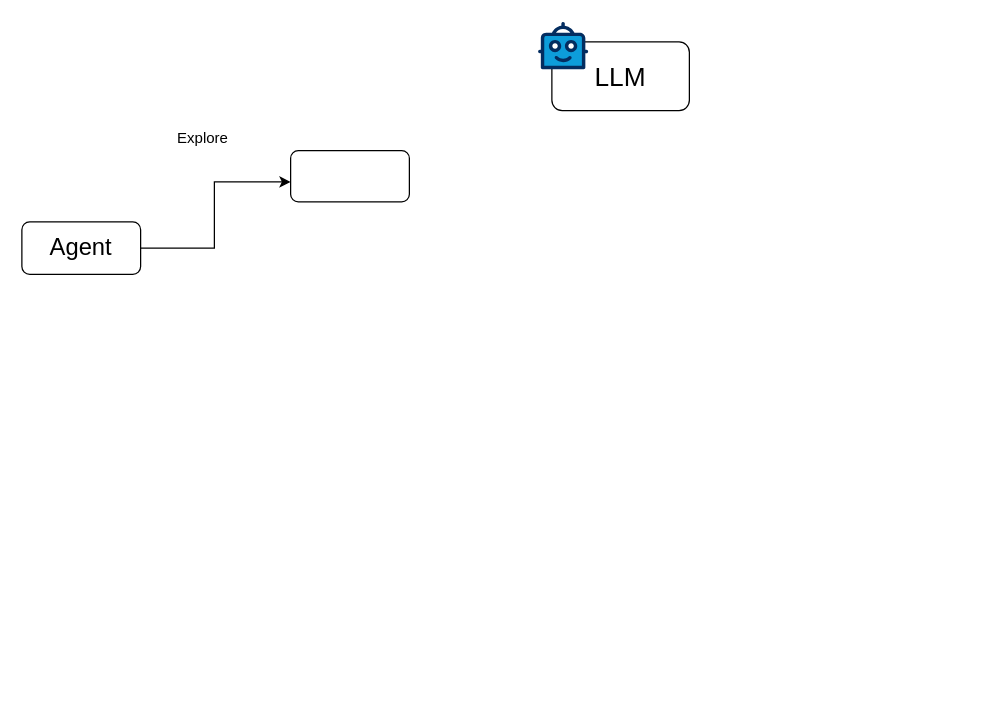
Earlier version of the draw.io diagram EE.drawio (ZYNsama666/BackUp). Source tidied: cells renumbered, new cells numbered last; positions are measured from the earlier drawing's top-left corner, leaving out a move shared by most shapes. Both pictures are drawn from the tidied source at 125%, with x=0, y=0 at pixel (21, 21).
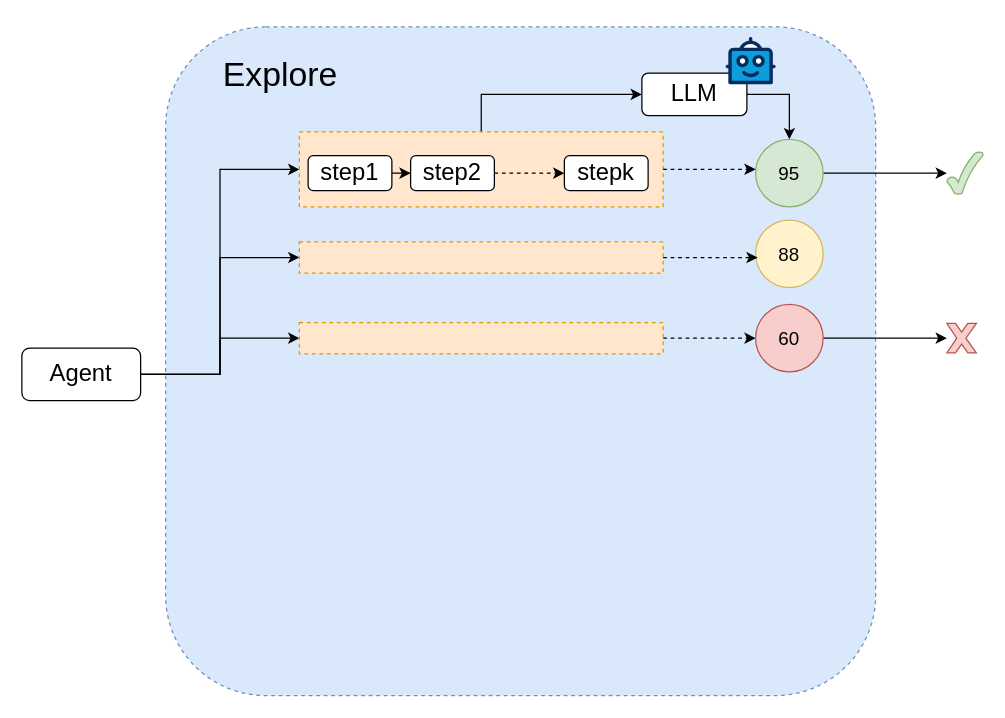
Above is the later version.

What changed in the source:
```diff
@@
+    <mxCell id="8" style="rounded=1;whiteSpace=wrap;html=1;fillColor=#dae8fc;strokeColor=#6c8ebf;dashed=1;" parent="1" vertex="1">
+      <mxGeometry x="115" y="4" width="568" height="535" as="geometry" />
+    </mxCell>
+    <mxCell id="9" style="edgeStyle=orthogonalEdgeStyle;rounded=0;jettySize=auto;html=1;entryX=0;entryY=0.5;entryDx=0;entryDy=0;" parent="1" edge="1" source="10" target="2">
+      <mxGeometry relative="1" as="geometry" />
+    </mxCell>
+    <mxCell id="10" style="rounded=0;whiteSpace=wrap;html=1;fillColor=#ffe6cc;strokeColor=#d79b00;dashed=1;" parent="1" vertex="1">
+      <mxGeometry x="222" y="88" width="291" height="60" as="geometry" />
+    </mxCell>
+    <mxCell id="11" style="edgeStyle=orthogonalEdgeStyle;rounded=0;jettySize=auto;html=1;entryX=0.5;entryY=0;entryDx=0;entryDy=0;" parent="1" edge="1" source="2" target="21">
+      <mxGeometry relative="1" as="geometry" />
+    </mxCell>
-    <mxCell id="2" value="&lt;font style=&quot;font-size: 21px;&quot;&gt;LLM&lt;/font&gt;" style="rounded=1;whiteSpace=wrap;html=1;" parent="1" vertex="1">
-      <mxGeometry x="424" y="16" width="110" height="55" as="geometry" />
+    <mxCell id="2" value="&lt;font style=&quot;font-size: 19px;&quot;&gt;LLM&lt;/font&gt;" style="rounded=1;whiteSpace=wrap;html=1;" parent="1" vertex="1">
+      <mxGeometry x="496" y="41" width="84" height="34" as="geometry" />
     </mxCell>
-    <mxCell id="3" style="edgeStyle=orthogonalEdgeStyle;rounded=0;jettySize=auto;html=1;" parent="1" edge="1" source="4" target="6">
-      <mxGeometry relative="1" as="geometry">
-        <Array as="points">
-          <mxPoint x="154" y="181" />
-          <mxPoint x="154" y="128" />
-        </Array>
-      </mxGeometry>
-    </mxCell>
+    <mxCell id="12" style="edgeStyle=orthogonalEdgeStyle;rounded=0;jettySize=auto;html=1;entryX=0;entryY=0.5;entryDx=0;entryDy=0;" parent="1" edge="1" source="4" target="10">
+      <mxGeometry relative="1" as="geometry" />
+    </mxCell>
+    <mxCell id="13" style="edgeStyle=orthogonalEdgeStyle;rounded=0;jettySize=auto;html=1;entryX=0;entryY=0.5;entryDx=0;entryDy=0;" parent="1" edge="1" source="4" target="22">
+      <mxGeometry relative="1" as="geometry" />
+    </mxCell>
+    <mxCell id="14" style="edgeStyle=orthogonalEdgeStyle;rounded=0;jettySize=auto;html=1;" parent="1" edge="1" source="4" target="24">
+      <mxGeometry relative="1" as="geometry" />
+    </mxCell>
     <mxCell id="4" value="&lt;font style=&quot;font-size: 19px;&quot;&gt;Agent&lt;/font&gt;" style="rounded=1;whiteSpace=wrap;html=1;" parent="1" vertex="1">
-      <mxGeometry y="160" width="95" height="42" as="geometry" />
+      <mxGeometry y="261" width="95" height="42" as="geometry" />
     </mxCell>
     <mxCell id="5" style="verticalLabelPosition=bottom;html=1;shape=mxgraph.salesforce.bots;fillColorStyles=fillColor2,fillColor3,fillColor4;fillColor2=#032d60;fillColor3=#0d9dda;fillColor4=#ffffff;fillColor=none;strokeColor=none;" parent="1" vertex="1">
-      <mxGeometry x="413" width="40" height="38" as="geometry" />
+      <mxGeometry x="563" y="12" width="40" height="38" as="geometry" />
     </mxCell>
-    <mxCell id="6" style="whiteSpace=wrap;html=1;rounded=1;" parent="1" vertex="1">
-      <mxGeometry x="215" y="103" width="95" height="41" as="geometry" />
-    </mxCell>
-    <mxCell id="7" value="Explore" style="text;html=1;align=center;verticalAlign=middle;whiteSpace=wrap;rounded=0;" parent="1" vertex="1">
-      <mxGeometry x="115" y="78" width="60" height="30" as="geometry" />
+    <mxCell id="7" value="&lt;font style=&quot;font-size: 27px;&quot;&gt;Explore&lt;/font&gt;" style="text;html=1;align=center;verticalAlign=middle;whiteSpace=wrap;rounded=0;" parent="1" vertex="1">
+      <mxGeometry x="129" y="14" width="156" height="58" as="geometry" />
     </mxCell>
+    <mxCell id="15" style="edgeStyle=orthogonalEdgeStyle;rounded=0;jettySize=auto;html=1;entryX=0;entryY=0.5;entryDx=0;entryDy=0;" parent="1" edge="1" source="16" target="18">
+      <mxGeometry relative="1" as="geometry" />
+    </mxCell>
+    <mxCell id="16" value="&lt;font style=&quot;font-size: 19px;&quot;&gt;step1&lt;/font&gt;" style="rounded=1;whiteSpace=wrap;html=1;" parent="1" vertex="1">
+      <mxGeometry x="229" y="107" width="67" height="28" as="geometry" />
+    </mxCell>
+    <mxCell id="17" style="edgeStyle=orthogonalEdgeStyle;rounded=0;jettySize=auto;html=1;entryX=0;entryY=0.5;entryDx=0;entryDy=0;dashed=1;" parent="1" edge="1" source="18" target="19">
+      <mxGeometry relative="1" as="geometry" />
+    </mxCell>
+    <mxCell id="18" value="&lt;font style=&quot;font-size: 19px;&quot;&gt;step2&lt;/font&gt;" style="rounded=1;whiteSpace=wrap;html=1;" parent="1" vertex="1">
+      <mxGeometry x="311" y="107" width="67" height="28" as="geometry" />
+    </mxCell>
+    <mxCell id="19" value="&lt;font style=&quot;font-size: 19px;&quot;&gt;stepk&lt;/font&gt;" style="rounded=1;whiteSpace=wrap;html=1;" parent="1" vertex="1">
+      <mxGeometry x="434" y="107" width="67" height="28" as="geometry" />
+    </mxCell>
+    <mxCell id="20" style="edgeStyle=orthogonalEdgeStyle;rounded=0;jettySize=auto;html=1;" parent="1" edge="1" source="21" target="31">
+      <mxGeometry relative="1" as="geometry" />
+    </mxCell>
+    <mxCell id="21" value="&lt;font style=&quot;font-size: 15px;&quot;&gt;95&lt;/font&gt;" style="ellipse;whiteSpace=wrap;html=1;fillColor=#d5e8d4;strokeColor=#82b366;" parent="1" vertex="1">
+      <mxGeometry x="587" y="94" width="54" height="54" as="geometry" />
+    </mxCell>
+    <mxCell id="22" style="rounded=0;whiteSpace=wrap;html=1;fillColor=#ffe6cc;strokeColor=#d79b00;dashed=1;" parent="1" vertex="1">
+      <mxGeometry x="222" y="176" width="291" height="25" as="geometry" />
+    </mxCell>
+    <mxCell id="23" style="edgeStyle=orthogonalEdgeStyle;rounded=0;jettySize=auto;html=1;dashed=1;" parent="1" edge="1" source="24" target="27">
+      <mxGeometry relative="1" as="geometry" />
+    </mxCell>
+    <mxCell id="24" style="rounded=0;whiteSpace=wrap;html=1;fillColor=#ffe6cc;strokeColor=#d79b00;dashed=1;" parent="1" vertex="1">
+      <mxGeometry x="222" y="240.5" width="291" height="25" as="geometry" />
+    </mxCell>
+    <mxCell id="25" value="&lt;font style=&quot;font-size: 15px;&quot;&gt;88&lt;/font&gt;" style="ellipse;whiteSpace=wrap;html=1;fillColor=#fff2cc;strokeColor=#d6b656;" parent="1" vertex="1">
+      <mxGeometry x="587" y="158.5" width="54" height="54" as="geometry" />
+    </mxCell>
+    <mxCell id="26" style="edgeStyle=orthogonalEdgeStyle;rounded=0;jettySize=auto;html=1;" parent="1" edge="1" source="27" target="30">
+      <mxGeometry relative="1" as="geometry" />
+    </mxCell>
+    <mxCell id="27" value="&lt;font style=&quot;font-size: 15px;&quot;&gt;60&lt;/font&gt;" style="ellipse;whiteSpace=wrap;html=1;fillColor=#f8cecc;strokeColor=#b85450;" parent="1" vertex="1">
+      <mxGeometry x="587" y="226" width="54" height="54" as="geometry" />
+    </mxCell>
+    <mxCell id="28" style="edgeStyle=orthogonalEdgeStyle;rounded=0;jettySize=auto;html=1;entryX=0;entryY=0.444;entryDx=0;entryDy=0;entryPerimeter=0;dashed=1;" parent="1" edge="1" source="10" target="21">
+      <mxGeometry relative="1" as="geometry" />
+    </mxCell>
+    <mxCell id="29" style="edgeStyle=orthogonalEdgeStyle;rounded=0;jettySize=auto;html=1;entryX=0.03;entryY=0.557;entryDx=0;entryDy=0;entryPerimeter=0;dashed=1;" parent="1" edge="1" source="22" target="25">
+      <mxGeometry relative="1" as="geometry" />
+    </mxCell>
+    <mxCell id="30" style="verticalLabelPosition=bottom;verticalAlign=top;html=1;shape=mxgraph.basic.x;fillColor=#f8cecc;strokeColor=#b85450;" parent="1" vertex="1">
+      <mxGeometry x="740" y="241.2" width="23.6" height="23.6" as="geometry" />
+    </mxCell>
+    <mxCell id="31" style="verticalLabelPosition=bottom;verticalAlign=top;html=1;shape=mxgraph.basic.tick;fillColor=#d5e8d4;strokeColor=#82b366;" parent="1" vertex="1">
+      <mxGeometry x="740" y="103.9" width="29" height="34.1" as="geometry" />
+    </mxCell>
```
